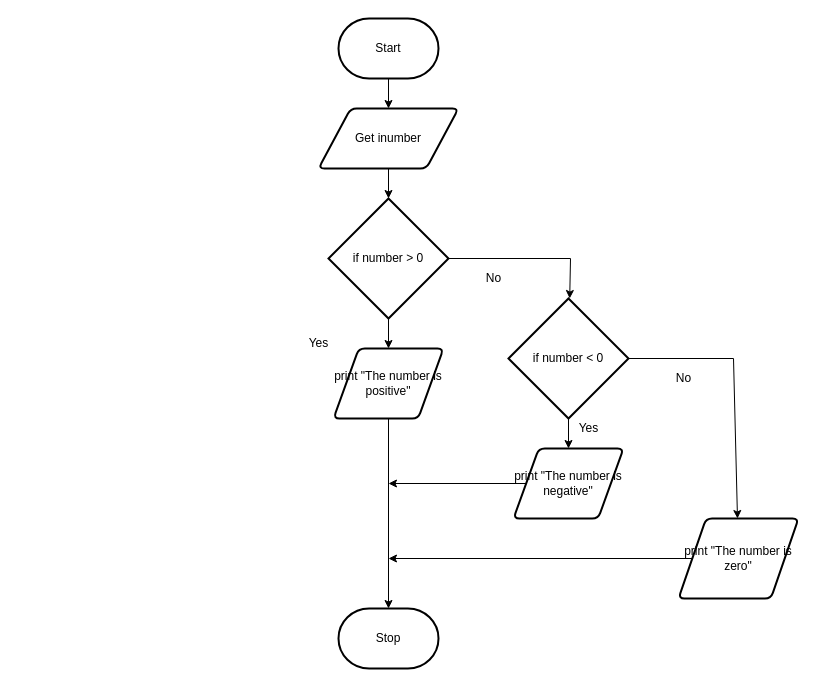
Above: Flowchart.drawio in Peter-Gemmell/ICS3U-Unit3-04-Python (draw.io), before the change. Source tidied: cells renumbered, new cells numbered last; positions are measured from the earlier drawing's top-left corner, leaving out a move shared by most shapes. Both pictures are drawn from the tidied source at 100%, with x=0, y=0 at pixel (298, 18).
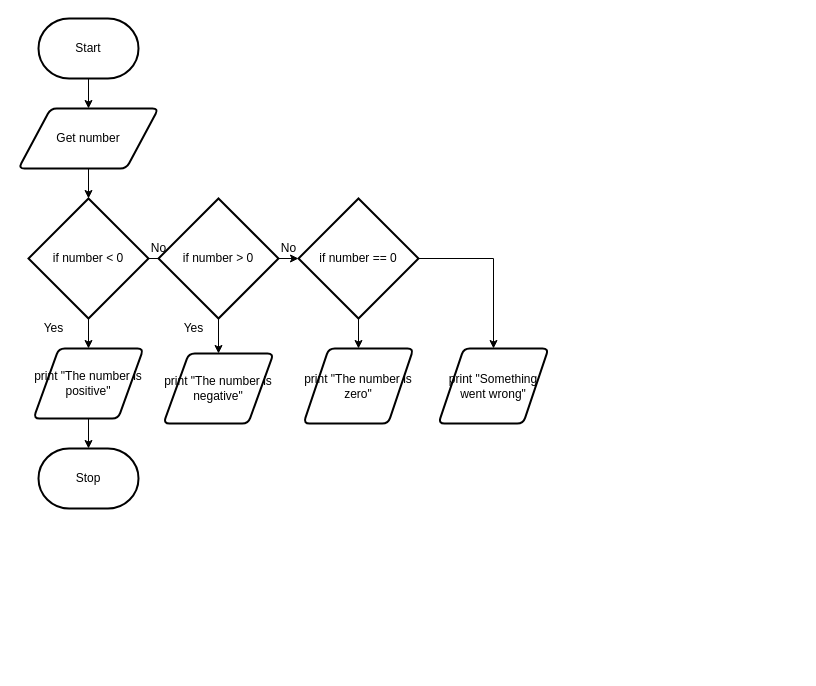
The same page after the edit.

Change to the diagram source:
```diff
@@
     <mxCell id="3" value="Start" style="strokeWidth=2;html=1;shape=mxgraph.flowchart.terminator;whiteSpace=wrap;" parent="1" vertex="1">
-      <mxGeometry x="40" width="100" height="60" as="geometry" />
+      <mxGeometry x="-260" width="100" height="60" as="geometry" />
     </mxCell>
@@
-    <mxCell id="5" value="Get inumber" style="shape=parallelogram;html=1;strokeWidth=2;perimeter=parallelogramPerimeter;whiteSpace=wrap;rounded=1;arcSize=12;size=0.23;" parent="1" vertex="1">
-      <mxGeometry x="20" y="90" width="140" height="60" as="geometry" />
+    <mxCell id="5" value="Get number" style="shape=parallelogram;html=1;strokeWidth=2;perimeter=parallelogramPerimeter;whiteSpace=wrap;rounded=1;arcSize=12;size=0.23;" parent="1" vertex="1">
+      <mxGeometry x="-280" y="90" width="140" height="60" as="geometry" />
     </mxCell>
@@
     <mxCell id="7" value="print &quot;The number is positive&quot;" style="shape=parallelogram;html=1;strokeWidth=2;perimeter=parallelogramPerimeter;whiteSpace=wrap;rounded=1;arcSize=12;size=0.23;" parent="1" vertex="1">
-      <mxGeometry x="35" y="330" width="110" height="70" as="geometry" />
+      <mxGeometry x="-265" y="330" width="110" height="70" as="geometry" />
     </mxCell>
     <mxCell id="8" value="Stop" style="strokeWidth=2;html=1;shape=mxgraph.flowchart.terminator;whiteSpace=wrap;" parent="1" vertex="1">
-      <mxGeometry x="40" y="590" width="100" height="60" as="geometry" />
+      <mxGeometry x="-260" y="430" width="100" height="60" as="geometry" />
     </mxCell>
@@
     <mxCell id="10" style="edgeStyle=none;html=1;exitX=1;exitY=0.5;exitDx=0;exitDy=0;exitPerimeter=0;rounded=0;" parent="1" edge="1" source="11" target="16">
       <mxGeometry relative="1" as="geometry">
         <Array as="points">
-          <mxPoint x="272" y="240" />
+          <mxPoint x="-28" y="240" />
         </Array>
       </mxGeometry>
     </mxCell>
-    <mxCell id="11" value="if number &amp;gt; 0" style="strokeWidth=2;html=1;shape=mxgraph.flowchart.decision;whiteSpace=wrap;" parent="1" vertex="1">
-      <mxGeometry x="30" y="180" width="120" height="120" as="geometry" />
+    <mxCell id="11" value="if number &amp;lt; 0" style="strokeWidth=2;html=1;shape=mxgraph.flowchart.decision;whiteSpace=wrap;" parent="1" vertex="1">
+      <mxGeometry x="-270" y="180" width="120" height="120" as="geometry" />
     </mxCell>
     <mxCell id="12" value="Yes" style="text;html=1;align=center;verticalAlign=middle;strokeColor=none;fillColor=none;" parent="1" vertex="1">
-      <mxGeometry y="315" width="40" height="20" as="geometry" />
+      <mxGeometry x="-265" y="300" width="40" height="20" as="geometry" />
     </mxCell>
     <mxCell id="13" value="No&lt;br&gt;" style="text;html=1;align=center;verticalAlign=middle;strokeColor=none;fillColor=none;" parent="1" vertex="1">
-      <mxGeometry x="180" y="250" width="30" height="20" as="geometry" />
+      <mxGeometry x="-155" y="220" width="30" height="20" as="geometry" />
     </mxCell>
-    <mxCell id="14" style="edgeStyle=none;html=1;" parent="1" edge="1" source="16" target="18">
+    <mxCell id="14" style="edgeStyle=none;html=1;exitX=0.5;exitY=1;exitDx=0;exitDy=0;exitPerimeter=0;" parent="1" edge="1" source="16" target="18">
       <mxGeometry relative="1" as="geometry" />
     </mxCell>
-    <mxCell id="15" style="edgeStyle=none;html=1;exitX=1;exitY=0.5;exitDx=0;exitDy=0;exitPerimeter=0;rounded=0;" parent="1" edge="1" source="16" target="20">
-      <mxGeometry relative="1" as="geometry">
-        <Array as="points">
-          <mxPoint x="435" y="340" />
-        </Array>
-      </mxGeometry>
+    <mxCell id="15" style="edgeStyle=none;html=1;exitX=1;exitY=0.5;exitDx=0;exitDy=0;exitPerimeter=0;rounded=0;entryX=0;entryY=0.5;entryDx=0;entryDy=0;entryPerimeter=0;" parent="1" edge="1" source="16" target="25">
+      <mxGeometry relative="1" as="geometry" />
     </mxCell>
-    <mxCell id="16" value="if number &amp;lt; 0" style="strokeWidth=2;html=1;shape=mxgraph.flowchart.decision;whiteSpace=wrap;" parent="1" vertex="1">
-      <mxGeometry x="210" y="280" width="120" height="120" as="geometry" />
+    <mxCell id="16" value="if number &amp;gt; 0" style="strokeWidth=2;html=1;shape=mxgraph.flowchart.decision;whiteSpace=wrap;" parent="1" vertex="1">
+      <mxGeometry x="-140" y="180" width="120" height="120" as="geometry" />
     </mxCell>
-    <mxCell id="17" style="edgeStyle=none;html=1;" parent="1" edge="1" source="18">
-      <mxGeometry relative="1" as="geometry">
-        <mxPoint x="90" y="465" as="targetPoint" />
-      </mxGeometry>
-    </mxCell>
     <mxCell id="18" value="print &quot;The number is negative&quot;" style="shape=parallelogram;html=1;strokeWidth=2;perimeter=parallelogramPerimeter;whiteSpace=wrap;rounded=1;arcSize=12;size=0.23;" parent="1" vertex="1">
-      <mxGeometry x="215" y="430" width="110" height="70" as="geometry" />
+      <mxGeometry x="-135" y="335" width="110" height="70" as="geometry" />
     </mxCell>
-    <mxCell id="19" style="edgeStyle=none;rounded=0;html=1;exitX=0;exitY=0.5;exitDx=0;exitDy=0;" parent="1" edge="1" source="20">
-      <mxGeometry relative="1" as="geometry">
-        <mxPoint x="90" y="540" as="targetPoint" />
-      </mxGeometry>
-    </mxCell>
     <mxCell id="20" value="print &quot;The number is zero&quot;" style="shape=parallelogram;html=1;strokeWidth=2;perimeter=parallelogramPerimeter;whiteSpace=wrap;rounded=1;arcSize=12;size=0.23;" parent="1" vertex="1">
-      <mxGeometry x="380" y="500" width="120" height="80" as="geometry" />
+      <mxGeometry x="5" y="330" width="110" height="75" as="geometry" />
     </mxCell>
     <mxCell id="21" value="Yes" style="text;html=1;align=center;verticalAlign=middle;strokeColor=none;fillColor=none;" parent="1" vertex="1">
-      <mxGeometry x="270" y="400" width="40" height="20" as="geometry" />
+      <mxGeometry x="-125" y="300" width="40" height="20" as="geometry" />
     </mxCell>
     <mxCell id="22" value="No&lt;br&gt;" style="text;html=1;align=center;verticalAlign=middle;strokeColor=none;fillColor=none;" parent="1" vertex="1">
-      <mxGeometry x="370" y="350" width="30" height="20" as="geometry" />
+      <mxGeometry x="-25" y="220" width="30" height="20" as="geometry" />
     </mxCell>
+    <mxCell id="23" style="edgeStyle=none;html=1;entryX=0.5;entryY=0;entryDx=0;entryDy=0;" parent="1" edge="1" source="25" target="20">
+      <mxGeometry relative="1" as="geometry" />
+    </mxCell>
+    <mxCell id="24" style="edgeStyle=none;html=1;entryX=0.5;entryY=0;entryDx=0;entryDy=0;exitX=1;exitY=0.5;exitDx=0;exitDy=0;exitPerimeter=0;rounded=0;" parent="1" edge="1" source="25" target="26">
+      <mxGeometry relative="1" as="geometry">
+        <Array as="points">
+          <mxPoint x="195" y="240" />
+        </Array>
+      </mxGeometry>
+    </mxCell>
+    <mxCell id="25" value="if number == 0" style="strokeWidth=2;html=1;shape=mxgraph.flowchart.decision;whiteSpace=wrap;" parent="1" vertex="1">
+      <mxGeometry y="180" width="120" height="120" as="geometry" />
+    </mxCell>
+    <mxCell id="26" value="print &quot;Something went wrong&quot;" style="shape=parallelogram;html=1;strokeWidth=2;perimeter=parallelogramPerimeter;whiteSpace=wrap;rounded=1;arcSize=12;size=0.23;" parent="1" vertex="1">
+      <mxGeometry x="140" y="330" width="110" height="75" as="geometry" />
+    </mxCell>
```
